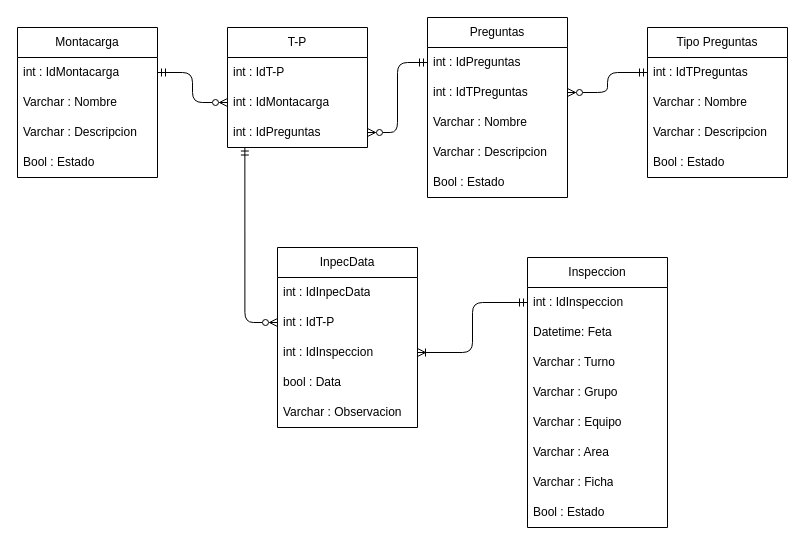
The draw.io diagram Montacargas.drawio in NEODevs-T/Inspecciones, before the edit. Source tidied: cells renumbered, new cells numbered last; positions are measured from the earlier drawing's top-left corner, leaving out a move shared by most shapes. Both pictures are drawn from the tidied source at 100%, with x=0, y=0 at pixel (17, 17).
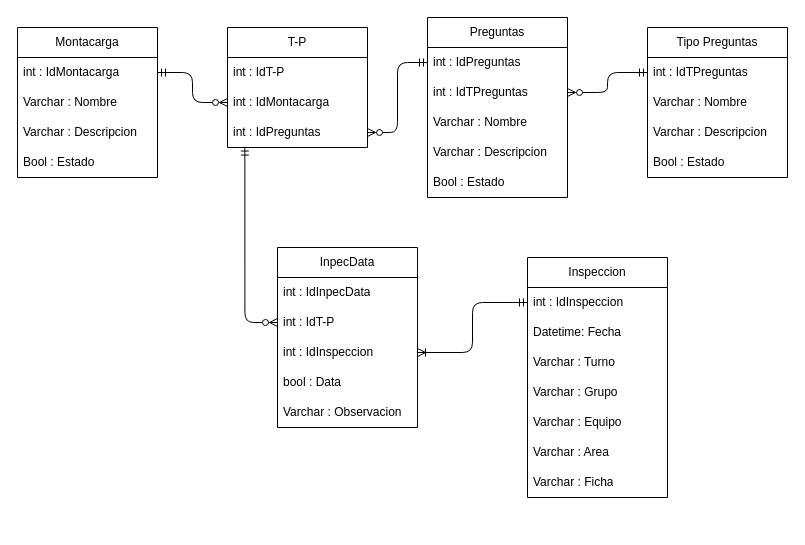
The same diagram, later.

Diff of the diagram source:
```diff
@@
     <mxCell id="25" value="&lt;div style=&quot;text-align: left;&quot;&gt;Inspeccion&lt;/div&gt;" style="swimlane;fontStyle=0;horizontal=1;startSize=30;whiteSpace=wrap;html=1;" parent="1" vertex="1">
-      <mxGeometry x="510" y="240" width="140" height="270" as="geometry" />
+      <mxGeometry x="510" y="240" width="140" height="240" as="geometry" />
     </mxCell>
@@
-    <mxCell id="27" value="Datetime: Feta" style="text;strokeColor=none;fillColor=none;align=left;verticalAlign=middle;spacingLeft=4;spacingRight=4;overflow=hidden;whiteSpace=wrap;html=1;" parent="25" vertex="1">
+    <mxCell id="27" value="Datetime: Fecha" style="text;strokeColor=none;fillColor=none;align=left;verticalAlign=middle;spacingLeft=4;spacingRight=4;overflow=hidden;whiteSpace=wrap;html=1;" parent="25" vertex="1">
       <mxGeometry y="60" width="140" height="30" as="geometry" />
     </mxCell>
@@
-    <mxCell id="33" value="Bool : Estado" style="text;strokeColor=none;fillColor=none;align=left;verticalAlign=middle;spacingLeft=4;spacingRight=4;overflow=hidden;whiteSpace=wrap;html=1;strokeWidth=1;" parent="25" vertex="1">
-      <mxGeometry y="240" width="140" height="30" as="geometry" />
-    </mxCell>
```
